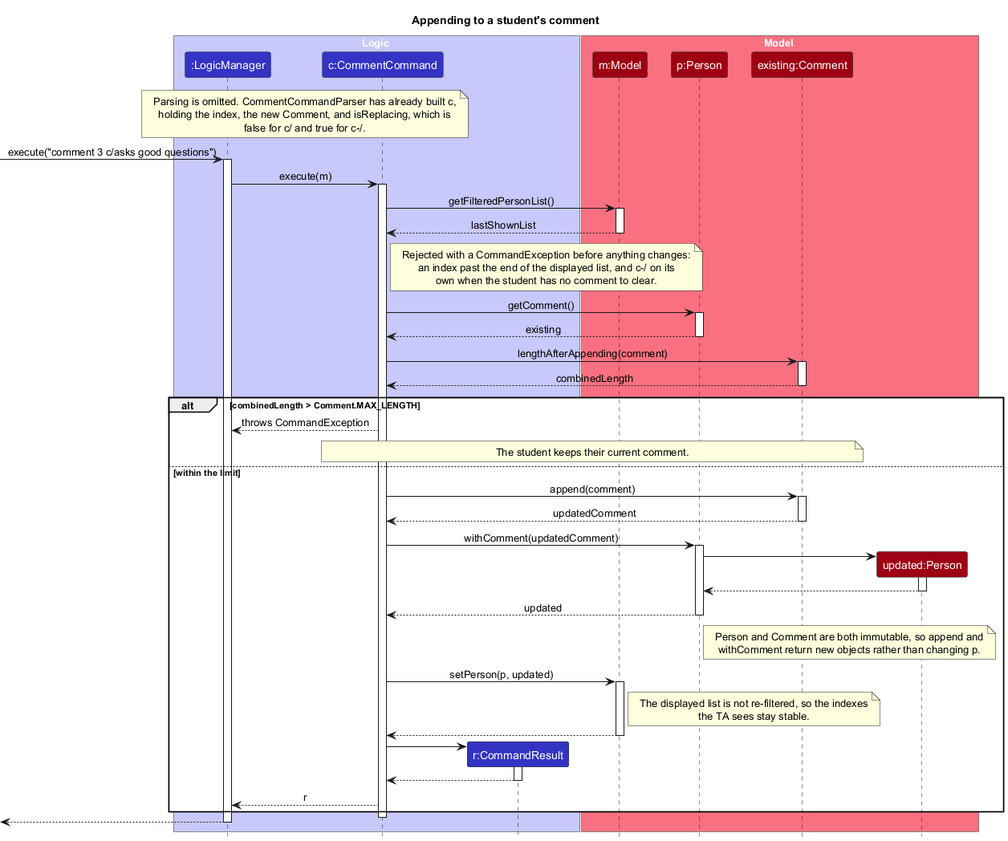
This is docs/images/CommentSequenceDiagram.png from AY2627S1-CS2103T-F12-4/tp, a PlantUML export, as it was before one commit. The source it was exported from:
```plantuml
@startuml
!include style.puml
skinparam ArrowFontStyle plain
title Appending to a student's comment

box Logic LOGIC_COLOR_T1
participant ":LogicManager" as LogicManager LOGIC_COLOR
participant "c:CommentCommand" as CommentCommand LOGIC_COLOR
participant "r:CommandResult" as CommandResult LOGIC_COLOR
end box

box Model MODEL_COLOR_T1
participant "m:Model" as Model MODEL_COLOR
participant "p:Person" as Person MODEL_COLOR
participant "existing:Comment" as Existing MODEL_COLOR
participant "updated:Person" as Updated MODEL_COLOR
end box

note over LogicManager, CommentCommand
  Parsing is omitted. CommentCommandParser has already built c,
  holding the index, the new Comment, and isReplacing, which is
  false for c/ and true for c-/.
end note

[-> LogicManager : execute("comment 3 c/asks good questions")
activate LogicManager

LogicManager -> CommentCommand : execute(m)
activate CommentCommand

CommentCommand -> Model : getFilteredPersonList()
activate Model
Model --> CommentCommand : lastShownList
deactivate Model

note right of CommentCommand
  Rejected with a CommandException before anything changes:
  an index past the end of the displayed list, and c-/ on its
  own when the student has no comment to clear.
end note

CommentCommand -> Person : getComment()
activate Person
Person --> CommentCommand : existing
deactivate Person

CommentCommand -> Existing : lengthAfterAppending(comment)
activate Existing
Existing --> CommentCommand : combinedLength
deactivate Existing

alt combinedLength > Comment.MAX_LENGTH
    CommentCommand --> LogicManager : throws CommandException
    note over CommentCommand, Existing
      The student keeps their current comment.
    end note
else within the limit
    CommentCommand -> Existing : append(comment)
    activate Existing
    Existing --> CommentCommand : updatedComment
    deactivate Existing

    CommentCommand -> Person : withComment(updatedComment)
    activate Person
    create Updated
    Person -> Updated
    activate Updated
    Updated --> Person
    deactivate Updated
    Person --> CommentCommand : updated
    deactivate Person

    note right of Person
      Person and Comment are both immutable, so append and
      withComment return new objects rather than changing p.
    end note

    CommentCommand -> Model : setPerson(p, updated)
    activate Model
    note right of Model
      The displayed list is not re-filtered, so the indexes
      the TA sees stay stable.
    end note
    Model --> CommentCommand
    deactivate Model

    create CommandResult
    CommentCommand -> CommandResult
    activate CommandResult
    CommandResult --> CommentCommand
    deactivate CommandResult

    CommentCommand --> LogicManager : r
end
deactivate CommentCommand

[<-- LogicManager
deactivate LogicManager
@enduml
```
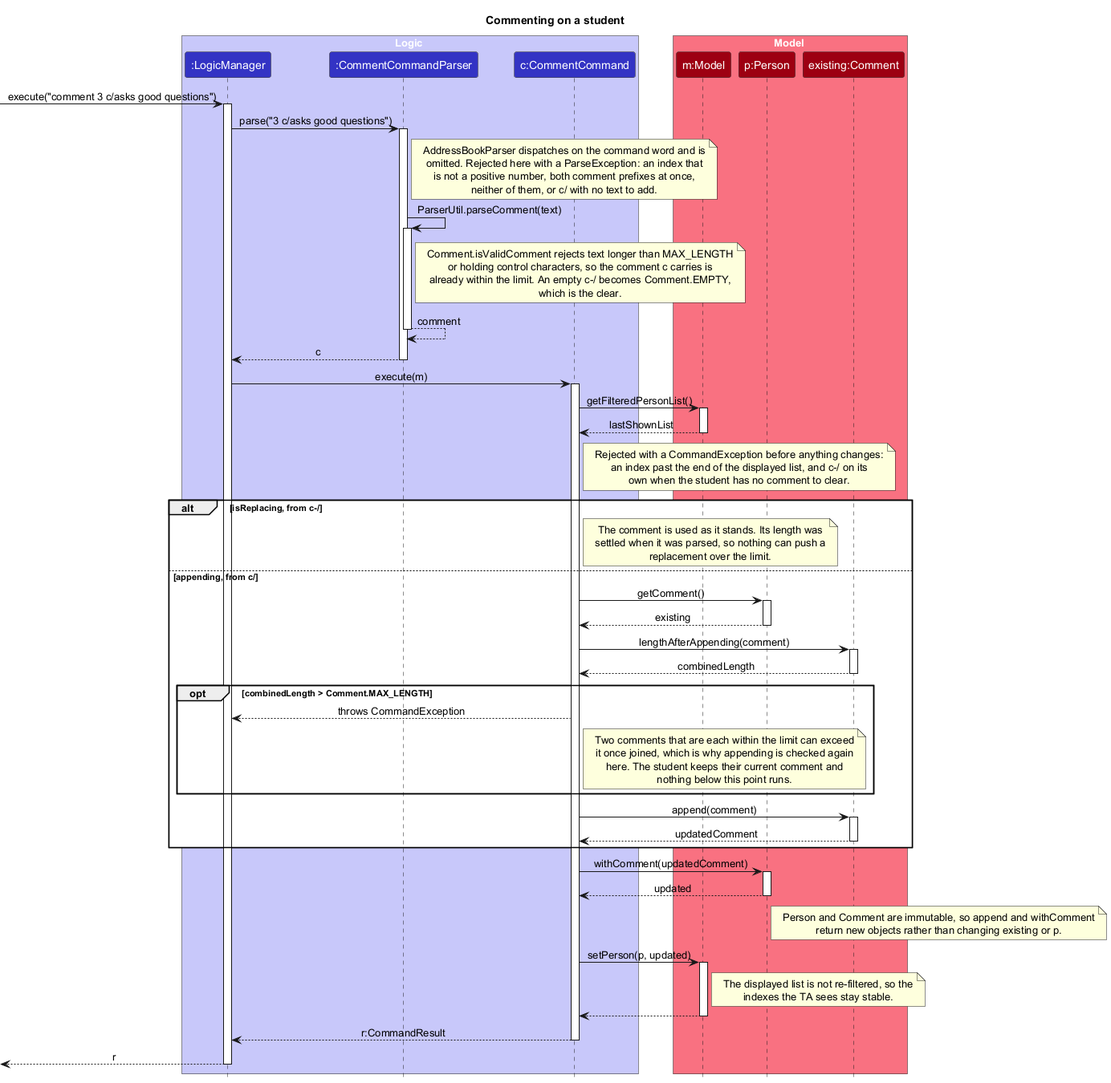
Above is the later version.

Commit message:
Gather the comment documentation

The edit, as a diff of the source:
```diff
@@ -1,29 +1,46 @@
 @startuml
 !include style.puml
 skinparam ArrowFontStyle plain
-title Appending to a student's comment
+title Commenting on a student
 
 box Logic LOGIC_COLOR_T1
 participant ":LogicManager" as LogicManager LOGIC_COLOR
+participant ":CommentCommandParser" as Parser LOGIC_COLOR
 participant "c:CommentCommand" as CommentCommand LOGIC_COLOR
-participant "r:CommandResult" as CommandResult LOGIC_COLOR
 end box
 
 box Model MODEL_COLOR_T1
 participant "m:Model" as Model MODEL_COLOR
 participant "p:Person" as Person MODEL_COLOR
 participant "existing:Comment" as Existing MODEL_COLOR
-participant "updated:Person" as Updated MODEL_COLOR
 end box
-
-note over LogicManager, CommentCommand
-  Parsing is omitted. CommentCommandParser has already built c,
-  holding the index, the new Comment, and isReplacing, which is
-  false for c/ and true for c-/.
-end note
 
 [-> LogicManager : execute("comment 3 c/asks good questions")
 activate LogicManager
+
+LogicManager -> Parser : parse("3 c/asks good questions")
+activate Parser
+
+note right of Parser
+  AddressBookParser dispatches on the command word and is
+  omitted. Rejected here with a ParseException: an index that
+  is not a positive number, both comment prefixes at once,
+  neither of them, or c/ with no text to add.
+end note
+
+Parser -> Parser : ParserUtil.parseComment(text)
+activate Parser
+note right of Parser
+  Comment.isValidComment rejects text longer than MAX_LENGTH
+  or holding control characters, so the comment c carries is
+  already within the limit. An empty c-/ becomes Comment.EMPTY,
+  which is the clear.
+end note
+Parser --> Parser : comment
+deactivate Parser
+
+Parser --> LogicManager : c
+deactivate Parser
 
 LogicManager -> CommentCommand : execute(m)
 activate CommentCommand
@@ -39,61 +56,62 @@
   own when the student has no comment to clear.
 end note
 
-CommentCommand -> Person : getComment()
+alt isReplacing, from c-/
+  note right of CommentCommand
+    The comment is used as it stands. Its length was
+    settled when it was parsed, so nothing can push a
+    replacement over the limit.
+  end note
+
+else appending, from c/
+  CommentCommand -> Person : getComment()
+  activate Person
+  Person --> CommentCommand : existing
+  deactivate Person
+
+  CommentCommand -> Existing : lengthAfterAppending(comment)
+  activate Existing
+  Existing --> CommentCommand : combinedLength
+  deactivate Existing
+
+  opt combinedLength > Comment.MAX_LENGTH
+    CommentCommand --> LogicManager : throws CommandException
+    note right of CommentCommand
+      Two comments that are each within the limit can exceed
+      it once joined, which is why appending is checked again
+      here. The student keeps their current comment and
+      nothing below this point runs.
+    end note
+  end
+
+  CommentCommand -> Existing : append(comment)
+  activate Existing
+  Existing --> CommentCommand : updatedComment
+  deactivate Existing
+end
+
+CommentCommand -> Person : withComment(updatedComment)
 activate Person
-Person --> CommentCommand : existing
+Person --> CommentCommand : updated
 deactivate Person
 
-CommentCommand -> Existing : lengthAfterAppending(comment)
-activate Existing
-Existing --> CommentCommand : combinedLength
-deactivate Existing
+note right of Person
+  Person and Comment are immutable, so append and withComment
+  return new objects rather than changing existing or p.
+end note
 
-alt combinedLength > Comment.MAX_LENGTH
-    CommentCommand --> LogicManager : throws CommandException
-    note over CommentCommand, Existing
-      The student keeps their current comment.
-    end note
-else within the limit
-    CommentCommand -> Existing : append(comment)
-    activate Existing
-    Existing --> CommentCommand : updatedComment
-    deactivate Existing
+CommentCommand -> Model : setPerson(p, updated)
+activate Model
+note right of Model
+  The displayed list is not re-filtered, so the
+  indexes the TA sees stay stable.
+end note
+Model --> CommentCommand
+deactivate Model
 
-    CommentCommand -> Person : withComment(updatedComment)
-    activate Person
-    create Updated
-    Person -> Updated
-    activate Updated
-    Updated --> Person
-    deactivate Updated
-    Person --> CommentCommand : updated
-    deactivate Person
-
-    note right of Person
-      Person and Comment are both immutable, so append and
-      withComment return new objects rather than changing p.
-    end note
-
-    CommentCommand -> Model : setPerson(p, updated)
-    activate Model
-    note right of Model
-      The displayed list is not re-filtered, so the indexes
-      the TA sees stay stable.
-    end note
-    Model --> CommentCommand
-    deactivate Model
-
-    create CommandResult
-    CommentCommand -> CommandResult
-    activate CommandResult
-    CommandResult --> CommentCommand
-    deactivate CommandResult
-
-    CommentCommand --> LogicManager : r
-end
+CommentCommand --> LogicManager : r:CommandResult
 deactivate CommentCommand
 
-[<-- LogicManager
+[<-- LogicManager : r
 deactivate LogicManager
 @enduml
```
